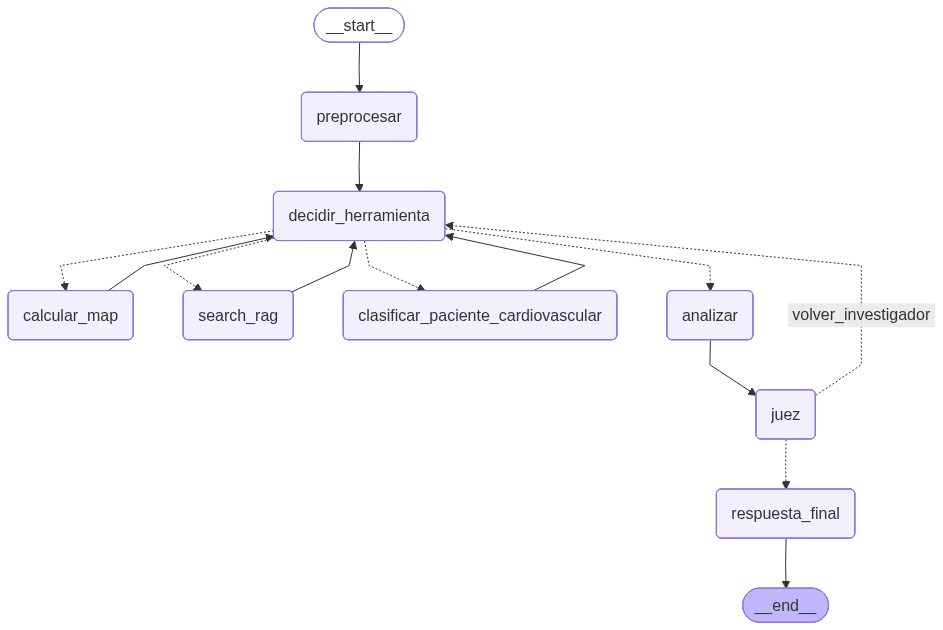
Earlier version of the Mermaid export outputs/diagrama_multiagente.png (SebaRHLM/Sistema-Multi-Agente). Its source is kept beside it as outputs/diagrama_multiagente.mmd.
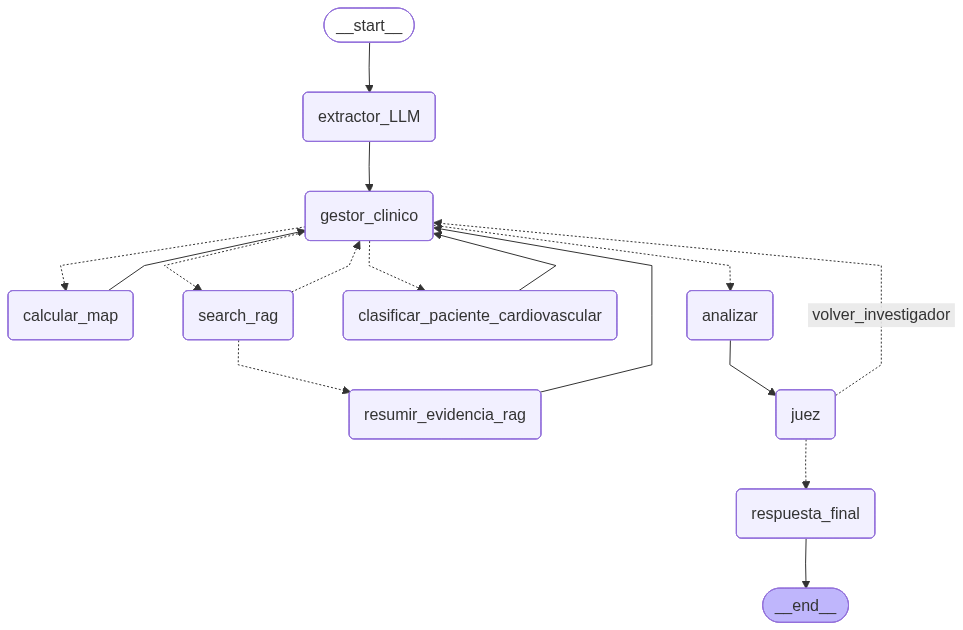
The same file after the commit.

The edit, as a diff of the source:
```diff
@@ -5,27 +5,30 @@
 ---
 graph TD;
 	__start__([<p>__start__</p>]):::first
-	preprocesar(preprocesar)
-	decidir_herramienta(decidir_herramienta)
+	extractor_LLM(extractor_LLM)
+	gestor_clinico(gestor_clinico)
 	calcular_map(calcular_map)
 	search_rag(search_rag)
+	resumir_evidencia_rag(resumir_evidencia_rag)
 	clasificar_paciente_cardiovascular(clasificar_paciente_cardiovascular)
 	analizar(analizar)
 	juez(juez)
 	respuesta_final(respuesta_final)
 	__end__([<p>__end__</p>]):::last
-	__start__ --> preprocesar;
+	__start__ --> extractor_LLM;
 	analizar --> juez;
-	calcular_map --> decidir_herramienta;
-	clasificar_paciente_cardiovascular --> decidir_herramienta;
-	decidir_herramienta -.-> analizar;
-	decidir_herramienta -.-> calcular_map;
-	decidir_herramienta -.-> clasificar_paciente_cardiovascular;
-	decidir_herramienta -.-> search_rag;
-	juez -. &nbsp;volver_investigador&nbsp; .-> decidir_herramienta;
+	calcular_map --> gestor_clinico;
+	clasificar_paciente_cardiovascular --> gestor_clinico;
+	extractor_LLM --> gestor_clinico;
+	gestor_clinico -.-> analizar;
+	gestor_clinico -.-> calcular_map;
+	gestor_clinico -.-> clasificar_paciente_cardiovascular;
+	gestor_clinico -.-> search_rag;
+	juez -. &nbsp;volver_investigador&nbsp; .-> gestor_clinico;
 	juez -.-> respuesta_final;
-	preprocesar --> decidir_herramienta;
-	search_rag --> decidir_herramienta;
+	resumir_evidencia_rag --> gestor_clinico;
+	search_rag -.-> gestor_clinico;
+	search_rag -.-> resumir_evidencia_rag;
 	respuesta_final --> __end__;
 	classDef default fill:#f2f0ff,line-height:1.2
 	classDef first fill-opacity:0
```
